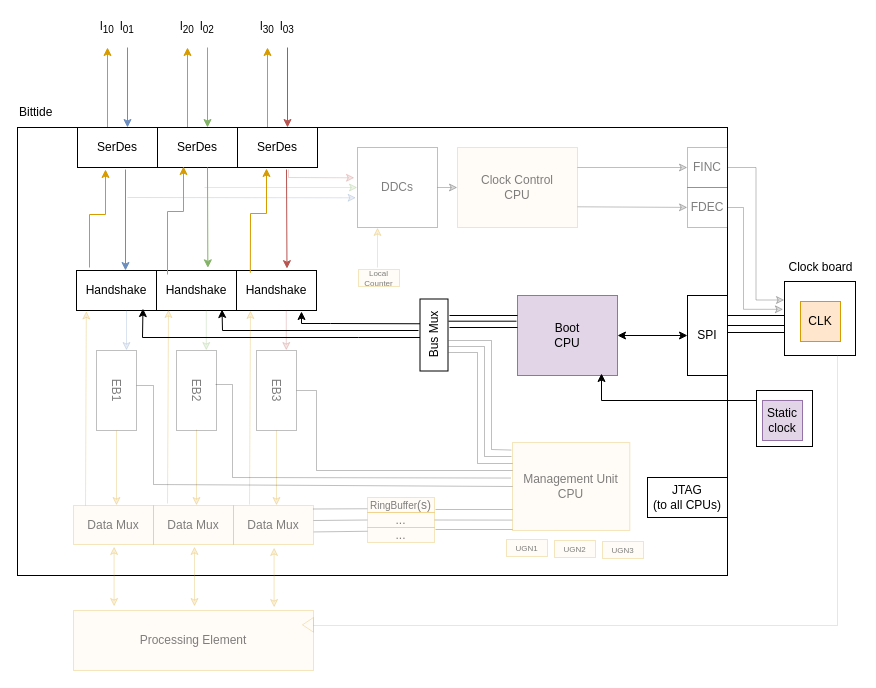
bittide/bittide-hardware keeps this draw.io diagram as docs/diagrams/bittide-boot-diagram.drawio. Above is the earlier version. Source tidied: cells renumbered, new cells numbered last; positions are measured from the earlier drawing's top-left corner, leaving out a move shared by most shapes. Both pictures are drawn from the tidied source at 100%, with x=0, y=0 at pixel (17, 17).
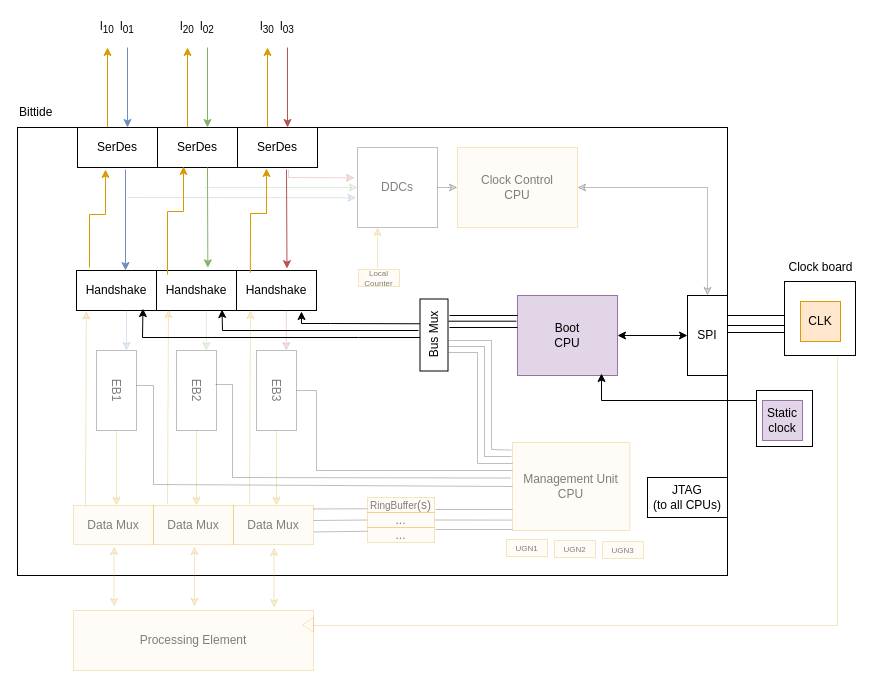
After the change.

The change refers to these unchanged cells:
```xml
<mxCell id="2" style="rounded=0;whiteSpace=wrap;html=1;fillOpacity=100;strokeOpacity=100;" parent="1" vertex="1">
  <mxGeometry x="767" y="264" width="71" height="74" as="geometry" />
</mxCell>
<mxCell id="34" value="&lt;div&gt;Clock Control&lt;/div&gt;&lt;div&gt;CPU&lt;/div&gt;" style="rounded=0;whiteSpace=wrap;html=1;fillColor=#ffe6cc;strokeColor=#d79b00;fillOpacity=15;strokeOpacity=25;arcSize=12;textOpacity=50;" parent="1" vertex="1">
  <mxGeometry x="440" y="130" width="120" height="80" as="geometry" />
</mxCell>
<mxCell id="42" value="SPI" style="rounded=0;whiteSpace=wrap;html=1;fillOpacity=100;strokeOpacity=100;" parent="1" vertex="1">
  <mxGeometry x="670" y="278" width="40" height="80" as="geometry" />
</mxCell>
```

Change to the diagram source:
```diff
@@
+    <mxCell id="103" style="edgeStyle=orthogonalEdgeStyle;rounded=0;jettySize=auto;html=1;exitX=1;exitY=0.5;exitDx=0;exitDy=0;entryX=0.5;entryY=0;entryDx=0;entryDy=0;startArrow=classic;endArrow=classic;fillOpacity=15;strokeOpacity=25;arcSize=12;textOpacity=50;" parent="1" edge="1" source="34" target="42">
+      <mxGeometry relative="1" as="geometry" />
+    </mxCell>
@@
-    <mxCell id="36" style="edgeStyle=orthogonalEdgeStyle;rounded=0;jettySize=auto;html=1;exitX=1;exitY=0.5;exitDx=0;exitDy=0;entryX=0;entryY=0.25;entryDx=0;entryDy=0;fillOpacity=15;strokeOpacity=25;arcSize=12;textOpacity=50;" parent="1" edge="1" source="37" target="2">
-      <mxGeometry relative="1" as="geometry" />
-    </mxCell>
-    <mxCell id="37" value="FINC" style="rounded=0;whiteSpace=wrap;html=1;fillOpacity=15;strokeOpacity=25;arcSize=12;textOpacity=50;" parent="1" vertex="1">
-      <mxGeometry x="670" y="130" width="40" height="40" as="geometry" />
-    </mxCell>
-    <mxCell id="38" value="FDEC" style="rounded=0;whiteSpace=wrap;html=1;fillOpacity=15;strokeOpacity=25;arcSize=12;textOpacity=50;" parent="1" vertex="1">
-      <mxGeometry x="670" y="170" width="40" height="40" as="geometry" />
-    </mxCell>
-    <mxCell id="39" style="endArrow=classic;html=1;rounded=0;fillOpacity=15;strokeOpacity=25;arcSize=12;textOpacity=50;" parent="1" edge="1" target="37">
-      <mxGeometry relative="1" as="geometry">
-        <mxPoint x="560" y="150" as="sourcePoint" />
-      </mxGeometry>
-    </mxCell>
-    <mxCell id="40" style="endArrow=classic;html=1;rounded=0;fillOpacity=15;strokeOpacity=25;arcSize=12;textOpacity=50;" parent="1" edge="1" target="38">
-      <mxGeometry relative="1" as="geometry">
-        <mxPoint x="560" y="189.3" as="sourcePoint" />
-      </mxGeometry>
-    </mxCell>
@@
-    <mxCell id="67" style="edgeStyle=orthogonalEdgeStyle;rounded=0;jettySize=auto;html=1;entryX=-0.016;entryY=0.376;entryDx=0;entryDy=0;entryPerimeter=0;fillOpacity=15;strokeOpacity=25;arcSize=12;textOpacity=50;" parent="1" edge="1" source="38" target="2">
-      <mxGeometry relative="1" as="geometry">
-        <Array as="points">
-          <mxPoint x="726" y="190" />
-          <mxPoint x="726" y="292" />
-        </Array>
-      </mxGeometry>
-    </mxCell>
```
